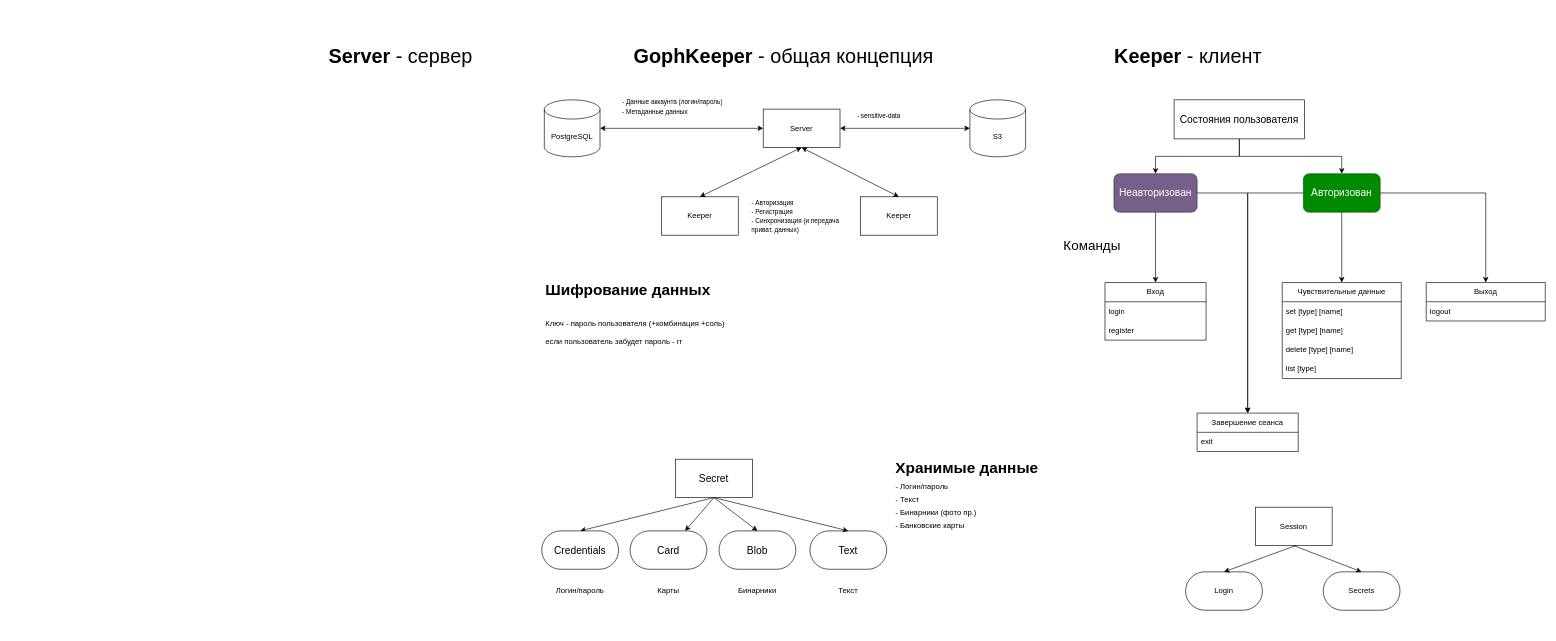
This is scheme.drawio from nessai1/gophKeeper, a draw.io file, before an edit. Source tidied: cells renumbered, new cells numbered last; positions are measured from the earlier drawing's top-left corner, leaving out a move shared by most shapes. Both pictures are drawn from the tidied source at 64%, with x=0, y=0 at pixel (317, 24).
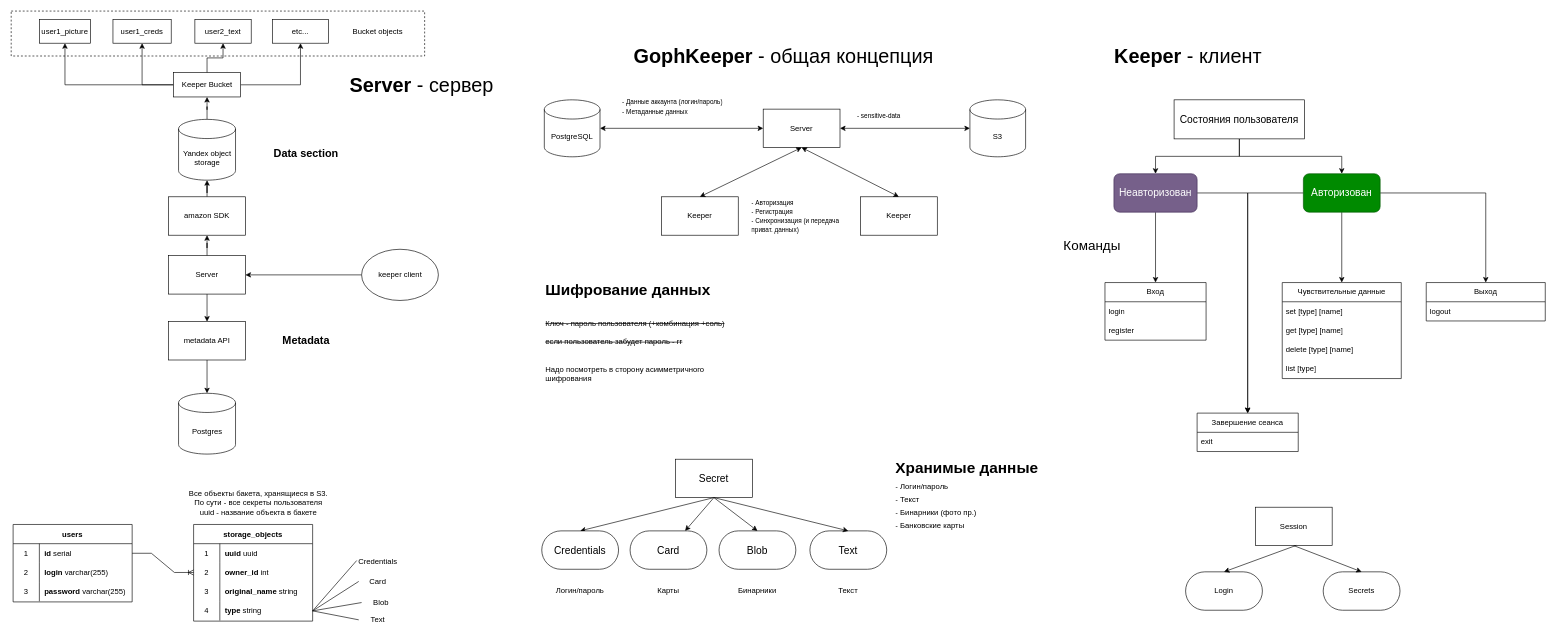
After the change.

Commit message:
Add server-side scheme

What changed in the source:
```diff
@@
-    <mxCell id="15" value="&lt;h1&gt;Шифрование данных&lt;/h1&gt;&lt;div&gt;&lt;br&gt;&lt;/div&gt;&lt;div&gt;Ключ - пароль пользователя (+комбинация +соль)&lt;br&gt;&lt;br&gt;если пользователь забудет пароль - гг&lt;/div&gt;&lt;div&gt;&lt;br&gt;&lt;/div&gt;" style="text;html=1;strokeColor=none;fillColor=none;spacing=5;spacingTop=-20;whiteSpace=wrap;overflow=hidden;rounded=0;" parent="1" vertex="1">
-      <mxGeometry x="351" y="395" width="301" height="120" as="geometry" />
+    <mxCell id="15" value="&lt;h1&gt;Шифрование данных&lt;/h1&gt;&lt;div&gt;&lt;strike&gt;&lt;br&gt;&lt;/strike&gt;&lt;/div&gt;&lt;div&gt;&lt;strike&gt;Ключ - пароль пользователя (+комбинация +соль)&lt;br&gt;&lt;br&gt;если пользователь забудет пароль - гг&lt;/strike&gt;&lt;/div&gt;&lt;div&gt;&lt;strike&gt;&lt;br&gt;&lt;/strike&gt;&lt;/div&gt;&lt;div&gt;&lt;strike&gt;&lt;br&gt;&lt;/strike&gt;&lt;/div&gt;&lt;div&gt;Надо посмотреть в сторону асимметричного шифрования&lt;/div&gt;&lt;div&gt;&lt;br&gt;&lt;/div&gt;" style="text;html=1;strokeColor=none;fillColor=none;spacing=5;spacingTop=-20;whiteSpace=wrap;overflow=hidden;rounded=0;" parent="1" vertex="1">
+      <mxGeometry x="351" y="395" width="308" height="185" as="geometry" />
     </mxCell>
@@
     <mxCell id="50" value="&lt;b&gt;Server &lt;/b&gt;- сервер" style="text;html=1;strokeColor=none;fillColor=none;align=center;verticalAlign=middle;whiteSpace=wrap;rounded=0;fontSize=31;" parent="1" vertex="1">
-      <mxGeometry width="259" height="99" as="geometry" />
+      <mxGeometry x="33" y="44.5" width="259" height="99" as="geometry" />
     </mxCell>
@@
+    <mxCell id="60" style="edgeStyle=orthogonalEdgeStyle;rounded=0;jettySize=auto;html=1;" parent="1" edge="1" source="62" target="73">
+      <mxGeometry relative="1" as="geometry" />
+    </mxCell>
+    <mxCell id="61" style="edgeStyle=orthogonalEdgeStyle;rounded=0;jettySize=auto;html=1;fontSize=17;" parent="1" edge="1" source="62" target="82">
+      <mxGeometry relative="1" as="geometry" />
+    </mxCell>
+    <mxCell id="62" value="Server" style="rounded=0;whiteSpace=wrap;html=1;" parent="1" vertex="1">
+      <mxGeometry x="-233" y="361" width="120" height="60" as="geometry" />
+    </mxCell>
+    <mxCell id="63" style="edgeStyle=orthogonalEdgeStyle;rounded=0;jettySize=auto;html=1;" parent="1" edge="1" source="64" target="62">
+      <mxGeometry relative="1" as="geometry" />
+    </mxCell>
+    <mxCell id="64" value="keeper client" style="ellipse;whiteSpace=wrap;html=1;" parent="1" vertex="1">
+      <mxGeometry x="68.5" y="351" width="120" height="80" as="geometry" />
+    </mxCell>
+    <mxCell id="65" style="edgeStyle=orthogonalEdgeStyle;rounded=0;jettySize=auto;html=1;" parent="1" edge="1" source="66" target="71">
+      <mxGeometry relative="1" as="geometry" />
+    </mxCell>
+    <mxCell id="66" value="Yandex object storage" style="shape=cylinder3;whiteSpace=wrap;html=1;boundedLbl=1;backgroundOutline=1;size=15;" parent="1" vertex="1">
+      <mxGeometry x="-217.5" y="148" width="89" height="95" as="geometry" />
+    </mxCell>
+    <mxCell id="67" style="edgeStyle=orthogonalEdgeStyle;rounded=0;jettySize=auto;html=1;" parent="1" edge="1" source="71" target="74">
+      <mxGeometry relative="1" as="geometry" />
+    </mxCell>
+    <mxCell id="68" style="edgeStyle=orthogonalEdgeStyle;rounded=0;jettySize=auto;html=1;" parent="1" edge="1" source="71" target="75">
+      <mxGeometry relative="1" as="geometry" />
+    </mxCell>
+    <mxCell id="69" style="edgeStyle=orthogonalEdgeStyle;rounded=0;jettySize=auto;html=1;" parent="1" edge="1" source="71" target="76">
+      <mxGeometry relative="1" as="geometry" />
+    </mxCell>
+    <mxCell id="70" style="edgeStyle=orthogonalEdgeStyle;rounded=0;jettySize=auto;html=1;" parent="1" edge="1" source="71" target="77">
+      <mxGeometry relative="1" as="geometry" />
+    </mxCell>
+    <mxCell id="71" value="Keeper Bucket" style="rounded=0;whiteSpace=wrap;html=1;" parent="1" vertex="1">
+      <mxGeometry x="-225.5" y="75" width="105" height="38" as="geometry" />
+    </mxCell>
+    <mxCell id="72" style="edgeStyle=orthogonalEdgeStyle;rounded=0;jettySize=auto;html=1;" parent="1" edge="1" source="73" target="66">
+      <mxGeometry relative="1" as="geometry" />
+    </mxCell>
+    <mxCell id="73" value="amazon SDK" style="rounded=0;whiteSpace=wrap;html=1;" parent="1" vertex="1">
+      <mxGeometry x="-233" y="269" width="120" height="60" as="geometry" />
+    </mxCell>
+    <mxCell id="74" value="user1_picture" style="rounded=0;whiteSpace=wrap;html=1;" parent="1" vertex="1">
+      <mxGeometry x="-435" y="-8" width="80" height="37" as="geometry" />
+    </mxCell>
+    <mxCell id="75" value="user1_creds" style="rounded=0;whiteSpace=wrap;html=1;" parent="1" vertex="1">
+      <mxGeometry x="-320" y="-8" width="91" height="37" as="geometry" />
+    </mxCell>
+    <mxCell id="76" value="user2_text" style="rounded=0;whiteSpace=wrap;html=1;" parent="1" vertex="1">
+      <mxGeometry x="-192" y="-8" width="88" height="37" as="geometry" />
+    </mxCell>
+    <mxCell id="77" value="etc..." style="rounded=0;whiteSpace=wrap;html=1;" parent="1" vertex="1">
+      <mxGeometry x="-71" y="-8" width="88" height="37" as="geometry" />
+    </mxCell>
+    <mxCell id="78" style="rounded=0;whiteSpace=wrap;html=1;dashed=1;fillColor=none;" parent="1" vertex="1">
+      <mxGeometry x="-479" y="-21.2" width="646" height="70.2" as="geometry" />
+    </mxCell>
+    <mxCell id="79" value="Bucket objects" style="text;html=1;strokeColor=none;fillColor=none;align=center;verticalAlign=middle;whiteSpace=wrap;rounded=0;dashed=1;" parent="1" vertex="1">
+      <mxGeometry x="28" y="-4.5" width="132" height="30" as="geometry" />
+    </mxCell>
+    <mxCell id="80" value="Data section" style="text;html=1;strokeColor=none;fillColor=none;align=center;verticalAlign=middle;whiteSpace=wrap;rounded=0;dashed=1;fontSize=17;fontStyle=1;" parent="1" vertex="1">
+      <mxGeometry x="-81" y="178.5" width="126" height="47" as="geometry" />
+    </mxCell>
+    <mxCell id="81" style="edgeStyle=orthogonalEdgeStyle;rounded=0;jettySize=auto;html=1;fontSize=17;" parent="1" edge="1" source="82" target="83">
+      <mxGeometry relative="1" as="geometry" />
+    </mxCell>
+    <mxCell id="82" value="metadata API" style="rounded=0;whiteSpace=wrap;html=1;" parent="1" vertex="1">
+      <mxGeometry x="-233" y="464" width="120" height="60" as="geometry" />
+    </mxCell>
+    <mxCell id="83" value="Postgres" style="shape=cylinder3;whiteSpace=wrap;html=1;boundedLbl=1;backgroundOutline=1;size=15;" parent="1" vertex="1">
+      <mxGeometry x="-217.5" y="576" width="89" height="95" as="geometry" />
+    </mxCell>
+    <mxCell id="84" value="Metadata" style="text;html=1;strokeColor=none;fillColor=none;align=center;verticalAlign=middle;whiteSpace=wrap;rounded=0;dashed=1;fontSize=17;fontStyle=1;" parent="1" vertex="1">
+      <mxGeometry x="-81" y="470.5" width="126" height="47" as="geometry" />
+    </mxCell>
+    <mxCell id="85" value="users" style="shape=table;startSize=30;childLayout=tableLayout;rowLines=0;fontStyle=1;fontSize=12;fillColor=default;" parent="1" vertex="1">
+      <mxGeometry x="-476" y="781" width="186" height="121" as="geometry" />
+    </mxCell>
+    <mxCell id="86" style="shape=tableRow;horizontal=0;startSize=0;swimlaneHead=0;swimlaneBody=0;top=0;left=0;bottom=0;right=0;fillColor=none;points=[[0,0.5],[1,0.5]];portConstraint=eastwest;fontSize=12;" parent="85" vertex="1">
+      <mxGeometry y="30" width="186" height="30" as="geometry" />
+    </mxCell>
+    <mxCell id="87" value="1" style="shape=partialRectangle;html=1;whiteSpace=wrap;fillColor=none;top=0;left=0;bottom=0;right=0;overflow=hidden;fontSize=12;" parent="86" vertex="1">
+      <mxGeometry width="41" height="30" as="geometry" />
+    </mxCell>
+    <mxCell id="88" value="&lt;b&gt;id&lt;/b&gt; serial" style="shape=partialRectangle;html=1;whiteSpace=wrap;fillColor=none;top=0;left=0;bottom=0;right=0;align=left;spacingLeft=6;overflow=hidden;fontSize=12;" parent="86" vertex="1">
+      <mxGeometry x="41" width="145" height="30" as="geometry" />
+    </mxCell>
+    <mxCell id="89" style="shape=tableRow;horizontal=0;startSize=0;swimlaneHead=0;swimlaneBody=0;top=0;left=0;bottom=0;right=0;fillColor=none;fontSize=12;" parent="85" vertex="1">
+      <mxGeometry y="60" width="186" height="30" as="geometry" />
+    </mxCell>
+    <mxCell id="90" value="2" style="shape=partialRectangle;html=1;whiteSpace=wrap;fillColor=none;top=0;left=0;bottom=0;right=0;overflow=hidden;fontSize=12;" parent="89" vertex="1">
+      <mxGeometry width="41" height="30" as="geometry" />
+    </mxCell>
+    <mxCell id="91" value="&lt;b&gt;login&lt;/b&gt; varchar(255)" style="shape=partialRectangle;html=1;whiteSpace=wrap;fillColor=none;top=0;left=0;bottom=0;right=0;align=left;spacingLeft=6;overflow=hidden;fontSize=12;" parent="89" vertex="1">
+      <mxGeometry x="41" width="145" height="30" as="geometry" />
+    </mxCell>
+    <mxCell id="92" style="shape=tableRow;horizontal=0;startSize=0;swimlaneHead=0;swimlaneBody=0;top=0;left=0;bottom=0;right=0;fillColor=none;fontSize=12;" parent="85" vertex="1">
+      <mxGeometry y="90" width="186" height="30" as="geometry" />
+    </mxCell>
+    <mxCell id="93" value="3" style="shape=partialRectangle;html=1;whiteSpace=wrap;fillColor=none;top=0;left=0;bottom=0;right=0;overflow=hidden;fontSize=12;" parent="92" vertex="1">
+      <mxGeometry width="41" height="30" as="geometry" />
+    </mxCell>
+    <mxCell id="94" value="&lt;b&gt;password&lt;/b&gt; varchar(255)" style="shape=partialRectangle;html=1;whiteSpace=wrap;fillColor=none;top=0;left=0;bottom=0;right=0;align=left;spacingLeft=6;overflow=hidden;fontSize=12;" parent="92" vertex="1">
+      <mxGeometry x="41" width="145" height="30" as="geometry" />
+    </mxCell>
+    <mxCell id="95" value="storage_objects" style="shape=table;startSize=30;childLayout=tableLayout;rowLines=0;fontStyle=1;fontSize=12;fillColor=default;" parent="1" vertex="1">
+      <mxGeometry x="-194" y="781" width="186" height="151" as="geometry" />
+    </mxCell>
+    <mxCell id="96" style="shape=tableRow;horizontal=0;startSize=0;swimlaneHead=0;swimlaneBody=0;top=0;left=0;bottom=0;right=0;fillColor=none;fontSize=12;" parent="95" vertex="1">
+      <mxGeometry y="30" width="186" height="30" as="geometry" />
+    </mxCell>
+    <mxCell id="97" value="1" style="shape=partialRectangle;html=1;whiteSpace=wrap;fillColor=none;top=0;left=0;bottom=0;right=0;overflow=hidden;fontSize=12;" parent="96" vertex="1">
+      <mxGeometry width="41" height="30" as="geometry" />
+    </mxCell>
+    <mxCell id="98" value="&lt;b&gt;uuid&lt;/b&gt;&amp;nbsp;uuid" style="shape=partialRectangle;html=1;whiteSpace=wrap;fillColor=none;top=0;left=0;bottom=0;right=0;align=left;spacingLeft=6;overflow=hidden;fontSize=12;" parent="96" vertex="1">
+      <mxGeometry x="41" width="145" height="30" as="geometry" />
+    </mxCell>
+    <mxCell id="99" style="shape=tableRow;horizontal=0;startSize=0;swimlaneHead=0;swimlaneBody=0;top=0;left=0;bottom=0;right=0;fillColor=none;points=[[0,0.5],[1,0.5]];portConstraint=eastwest;fontSize=12;" parent="95" vertex="1">
+      <mxGeometry y="60" width="186" height="30" as="geometry" />
+    </mxCell>
+    <mxCell id="100" value="2" style="shape=partialRectangle;html=1;whiteSpace=wrap;fillColor=none;top=0;left=0;bottom=0;right=0;overflow=hidden;fontSize=12;" parent="99" vertex="1">
+      <mxGeometry width="41" height="30" as="geometry" />
+    </mxCell>
+    <mxCell id="101" value="&lt;b&gt;owner_id&amp;nbsp;&lt;/b&gt;int" style="shape=partialRectangle;html=1;whiteSpace=wrap;fillColor=none;top=0;left=0;bottom=0;right=0;align=left;spacingLeft=6;overflow=hidden;fontSize=12;" parent="99" vertex="1">
+      <mxGeometry x="41" width="145" height="30" as="geometry" />
+    </mxCell>
+    <mxCell id="102" style="shape=tableRow;horizontal=0;startSize=0;swimlaneHead=0;swimlaneBody=0;top=0;left=0;bottom=0;right=0;fillColor=none;fontSize=12;" parent="95" vertex="1">
+      <mxGeometry y="90" width="186" height="30" as="geometry" />
+    </mxCell>
+    <mxCell id="103" value="3" style="shape=partialRectangle;html=1;whiteSpace=wrap;fillColor=none;top=0;left=0;bottom=0;right=0;overflow=hidden;fontSize=12;" parent="102" vertex="1">
+      <mxGeometry width="41" height="30" as="geometry" />
+    </mxCell>
+    <mxCell id="104" value="&lt;b&gt;original_name &lt;/b&gt;string" style="shape=partialRectangle;html=1;whiteSpace=wrap;fillColor=none;top=0;left=0;bottom=0;right=0;align=left;spacingLeft=6;overflow=hidden;fontSize=12;" parent="102" vertex="1">
+      <mxGeometry x="41" width="145" height="30" as="geometry" />
+    </mxCell>
+    <mxCell id="105" style="shape=tableRow;horizontal=0;startSize=0;swimlaneHead=0;swimlaneBody=0;top=0;left=0;bottom=0;right=0;fillColor=none;points=[[0,0.5],[1,0.5]];portConstraint=eastwest;fontSize=12;" parent="95" vertex="1">
+      <mxGeometry y="120" width="186" height="30" as="geometry" />
+    </mxCell>
+    <mxCell id="106" value="4" style="shape=partialRectangle;html=1;whiteSpace=wrap;fillColor=none;top=0;left=0;bottom=0;right=0;overflow=hidden;fontSize=12;" parent="105" vertex="1">
+      <mxGeometry width="41" height="30" as="geometry" />
+    </mxCell>
+    <mxCell id="107" value="&lt;b&gt;type &lt;/b&gt;string" style="shape=partialRectangle;html=1;whiteSpace=wrap;fillColor=none;top=0;left=0;bottom=0;right=0;align=left;spacingLeft=6;overflow=hidden;fontSize=12;" parent="105" vertex="1">
+      <mxGeometry x="41" width="145" height="30" as="geometry" />
+    </mxCell>
+    <mxCell id="108" style="edgeStyle=entityRelationEdgeStyle;fontSize=12;html=1;endArrow=ERoneToMany;rounded=0;exitX=1;exitY=0.5;exitDx=0;exitDy=0;entryX=0;entryY=0.5;entryDx=0;entryDy=0;" parent="1" edge="1" source="86" target="99">
+      <mxGeometry relative="1" as="geometry" />
+    </mxCell>
+    <mxCell id="109" value="Все объекты бакета, хранящиеся в S3. По сути - все секреты пользователя&lt;br&gt;uuid - название объекта в бакете" style="text;html=1;strokeColor=none;fillColor=none;align=center;verticalAlign=middle;whiteSpace=wrap;rounded=0;fontSize=12;" parent="1" vertex="1">
+      <mxGeometry x="-207" y="712" width="229" height="69" as="geometry" />
+    </mxCell>
+    <mxCell id="110" value="Credentials" style="text;html=1;strokeColor=none;fillColor=none;align=center;verticalAlign=middle;whiteSpace=wrap;rounded=0;fontSize=12;" parent="1" vertex="1">
+      <mxGeometry x="64" y="825" width="60" height="30" as="geometry" />
+    </mxCell>
+    <mxCell id="111" value="Card" style="text;html=1;strokeColor=none;fillColor=none;align=center;verticalAlign=middle;whiteSpace=wrap;rounded=0;fontSize=12;" parent="1" vertex="1">
+      <mxGeometry x="64" y="855" width="60" height="30" as="geometry" />
+    </mxCell>
+    <mxCell id="112" value="Blob" style="text;html=1;strokeColor=none;fillColor=none;align=center;verticalAlign=middle;whiteSpace=wrap;rounded=0;fontSize=12;" parent="1" vertex="1">
+      <mxGeometry x="68.5" y="888" width="60" height="30" as="geometry" />
+    </mxCell>
+    <mxCell id="113" value="Text" style="text;html=1;strokeColor=none;fillColor=none;align=center;verticalAlign=middle;whiteSpace=wrap;rounded=0;fontSize=12;" parent="1" vertex="1">
+      <mxGeometry x="64" y="915" width="60" height="30" as="geometry" />
+    </mxCell>
+    <mxCell id="114" style="endArrow=none;html=1;rounded=0;fontSize=12;exitX=1;exitY=0.5;exitDx=0;exitDy=0;entryX=-0.052;entryY=0.41;entryDx=0;entryDy=0;entryPerimeter=0;" parent="1" edge="1" source="105" target="110">
+      <mxGeometry relative="1" as="geometry" />
+    </mxCell>
+    <mxCell id="115" style="endArrow=none;html=1;rounded=0;fontSize=12;exitX=1;exitY=0.5;exitDx=0;exitDy=0;entryX=0;entryY=0.5;entryDx=0;entryDy=0;" parent="1" edge="1" source="105" target="111">
+      <mxGeometry relative="1" as="geometry" />
+    </mxCell>
+    <mxCell id="116" style="endArrow=none;html=1;rounded=0;fontSize=12;exitX=1;exitY=0.5;exitDx=0;exitDy=0;entryX=0;entryY=0.5;entryDx=0;entryDy=0;" parent="1" edge="1" source="105" target="112">
+      <mxGeometry relative="1" as="geometry" />
+    </mxCell>
+    <mxCell id="117" style="endArrow=none;html=1;rounded=0;fontSize=12;exitX=1;exitY=0.5;exitDx=0;exitDy=0;entryX=0;entryY=0.5;entryDx=0;entryDy=0;" parent="1" edge="1" source="105" target="113">
+      <mxGeometry relative="1" as="geometry" />
+    </mxCell>
```
